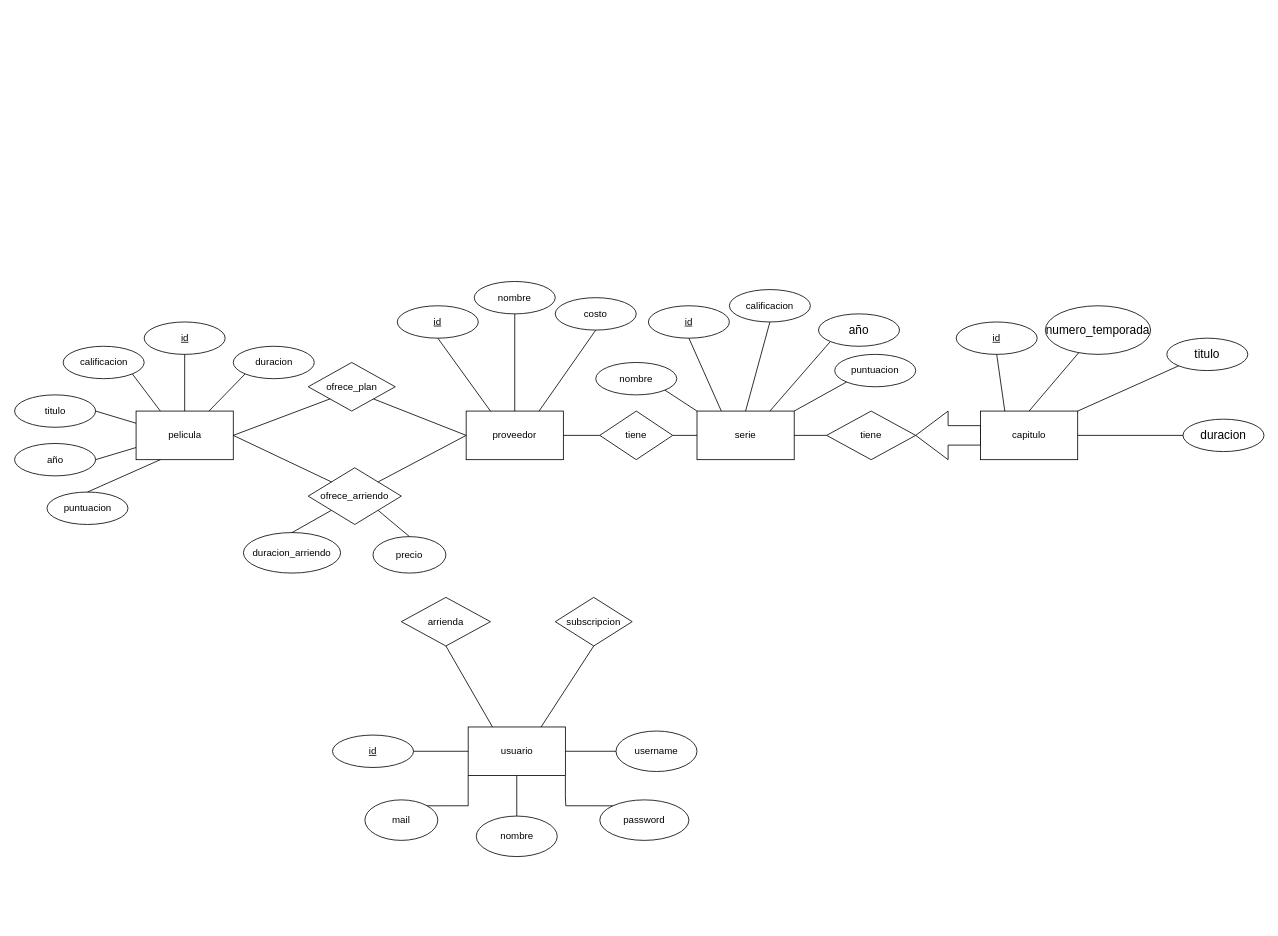
Above: Entrega_2/diagrama.drawio in Diegothx/bdd-125 (draw.io), before the change. Source tidied: cells renumbered, new cells numbered last; positions are measured from the earlier drawing's top-left corner, leaving out a move shared by most shapes. Both pictures are drawn from the tidied source at 81%, with x=0, y=0 at pixel (15, 281).
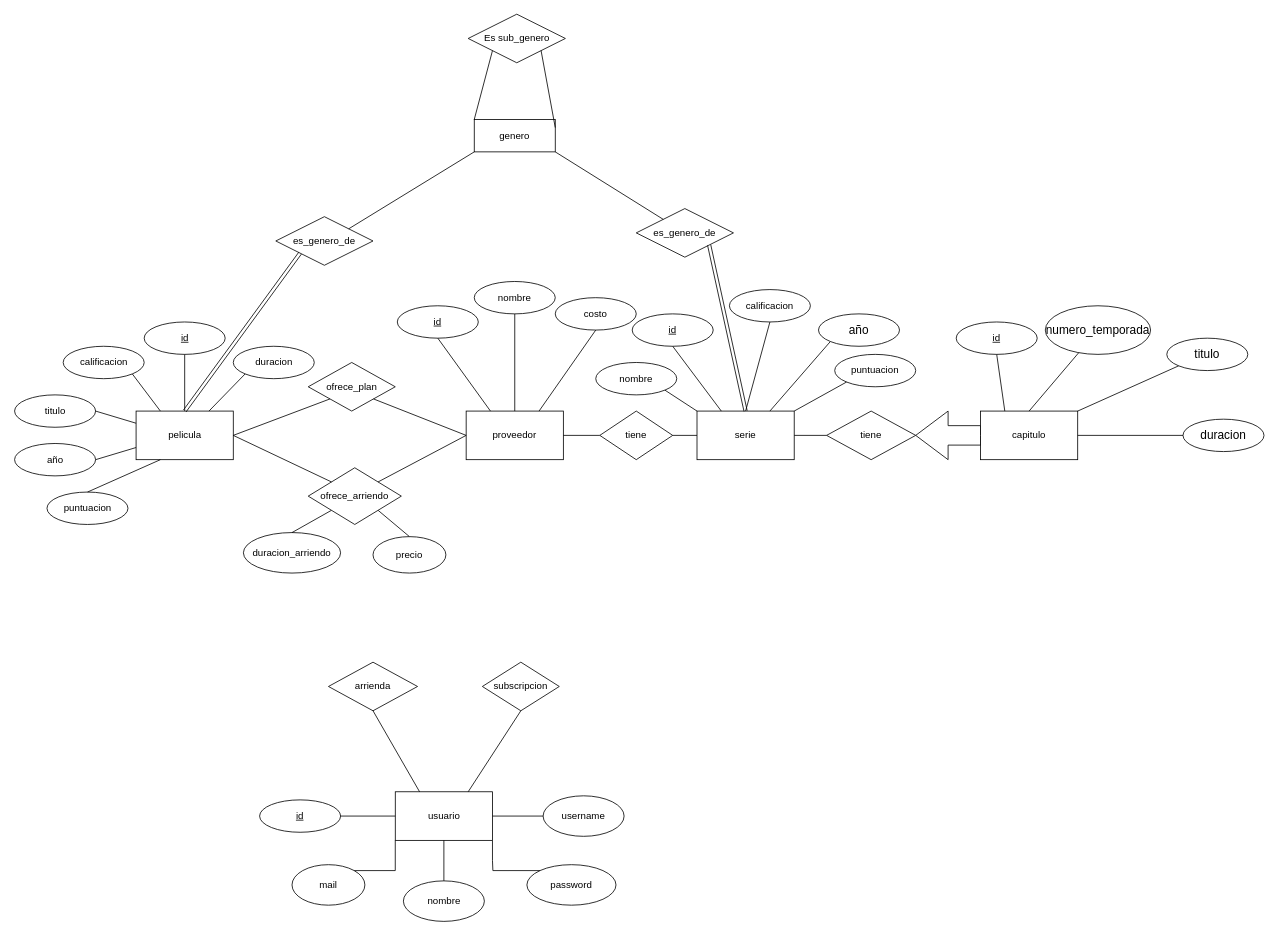
The same page after the edit.

The change refers to these unchanged cells:
```xml
<mxCell id="5" value="pelicula" style="rounded=0;whiteSpace=wrap;html=1;" parent="1" vertex="1">
  <mxGeometry x="149.5" y="160" width="120" height="60" as="geometry" />
</mxCell>
<mxCell id="11" value="serie" style="rounded=0;whiteSpace=wrap;html=1;" parent="1" vertex="1">
  <mxGeometry x="842" y="160" width="120" height="60" as="geometry" />
</mxCell>
```

What changed in the source:
```diff
@@
     <mxCell id="2" value="usuario" style="rounded=0;whiteSpace=wrap;html=1;" parent="1" vertex="1">
-      <mxGeometry x="559.5" y="550" width="120" height="60" as="geometry" />
+      <mxGeometry x="469.5" y="630" width="120" height="60" as="geometry" />
     </mxCell>
     <mxCell id="3" value="id" style="ellipse;whiteSpace=wrap;html=1;align=center;fontStyle=4;" parent="1" vertex="1">
-      <mxGeometry x="392" y="560" width="100" height="40" as="geometry" />
+      <mxGeometry x="302" y="640" width="100" height="40" as="geometry" />
     </mxCell>
@@
     <mxCell id="12" value="id" style="ellipse;whiteSpace=wrap;html=1;align=center;fontStyle=4;" parent="1" vertex="1">
-      <mxGeometry x="782" y="30" width="100" height="40" as="geometry" />
+      <mxGeometry x="762" y="40" width="100" height="40" as="geometry" />
     </mxCell>
@@
     <mxCell id="20" value="subscripcion" style="shape=rhombus;perimeter=rhombusPerimeter;whiteSpace=wrap;html=1;align=center;" parent="1" vertex="1">
-      <mxGeometry x="667" y="390" width="95" height="60" as="geometry" />
+      <mxGeometry x="577" y="470" width="95" height="60" as="geometry" />
     </mxCell>
@@
     <mxCell id="22" value="nombre" style="ellipse;whiteSpace=wrap;html=1;" parent="1" vertex="1">
-      <mxGeometry x="569.5" y="660" width="100" height="50" as="geometry" />
+      <mxGeometry x="479.5" y="740" width="100" height="50" as="geometry" />
     </mxCell>
     <mxCell id="23" value="mail" style="ellipse;whiteSpace=wrap;html=1;" parent="1" vertex="1">
-      <mxGeometry x="432" y="640" width="90" height="50" as="geometry" />
+      <mxGeometry x="342" y="720" width="90" height="50" as="geometry" />
     </mxCell>
     <mxCell id="24" value="password" style="ellipse;whiteSpace=wrap;html=1;" parent="1" vertex="1">
-      <mxGeometry x="722" y="640" width="110" height="50" as="geometry" />
+      <mxGeometry x="632" y="720" width="110" height="50" as="geometry" />
     </mxCell>
     <mxCell id="25" value="username" style="ellipse;whiteSpace=wrap;html=1;" parent="1" vertex="1">
-      <mxGeometry x="742" y="555" width="100" height="50" as="geometry" />
+      <mxGeometry x="652" y="635" width="100" height="50" as="geometry" />
     </mxCell>
@@
     <mxCell id="29" style="endArrow=none;html=1;rounded=0;edgeStyle=orthogonalEdgeStyle;exitX=1;exitY=1;exitDx=0;exitDy=0;entryX=0;entryY=0;entryDx=0;entryDy=0;" parent="1" edge="1" source="2" target="24">
       <mxGeometry relative="1" as="geometry">
         <Array as="points">
-          <mxPoint x="680" y="635" />
-          <mxPoint x="680" y="667" />
+          <mxPoint x="590" y="715" />
+          <mxPoint x="590" y="747" />
         </Array>
       </mxGeometry>
     </mxCell>
@@
     <mxCell id="57" value="arrienda" style="rhombus;whiteSpace=wrap;html=1;" parent="1" vertex="1">
-      <mxGeometry x="477" y="390" width="110" height="60" as="geometry" />
+      <mxGeometry x="387" y="470" width="110" height="60" as="geometry" />
     </mxCell>
@@
+    <mxCell id="74" value="genero" style="whiteSpace=wrap;html=1;align=center;" parent="1" vertex="1">
+      <mxGeometry x="567" y="-200" width="100" height="40" as="geometry" />
+    </mxCell>
+    <mxCell id="75" value="Es sub_genero" style="shape=rhombus;perimeter=rhombusPerimeter;whiteSpace=wrap;html=1;align=center;" parent="1" vertex="1">
+      <mxGeometry x="559.5" y="-330" width="120" height="60" as="geometry" />
+    </mxCell>
+    <mxCell id="76" style="endArrow=none;html=1;rounded=0;entryX=0;entryY=0;entryDx=0;entryDy=0;exitX=0;exitY=1;exitDx=0;exitDy=0;" parent="1" edge="1" source="75" target="74">
+      <mxGeometry relative="1" as="geometry" />
+    </mxCell>
+    <mxCell id="77" style="endArrow=none;html=1;rounded=0;exitX=1;exitY=1;exitDx=0;exitDy=0;entryX=1;entryY=0.25;entryDx=0;entryDy=0;" parent="1" edge="1" source="75" target="74">
+      <mxGeometry relative="1" as="geometry" />
+    </mxCell>
+    <mxCell id="78" value="es_genero_de" style="shape=rhombus;perimeter=rhombusPerimeter;whiteSpace=wrap;html=1;align=center;" parent="1" vertex="1">
+      <mxGeometry x="322" y="-80" width="120" height="60" as="geometry" />
+    </mxCell>
+    <mxCell id="79" value="es_genero_de" style="shape=rhombus;perimeter=rhombusPerimeter;whiteSpace=wrap;html=1;align=center;" parent="1" vertex="1">
+      <mxGeometry x="767" y="-90" width="120" height="60" as="geometry" />
+    </mxCell>
+    <mxCell id="80" style="endArrow=none;html=1;rounded=0;exitX=1;exitY=0;exitDx=0;exitDy=0;entryX=0;entryY=1;entryDx=0;entryDy=0;" parent="1" edge="1" source="78" target="74">
+      <mxGeometry relative="1" as="geometry" />
+    </mxCell>
+    <mxCell id="81" style="endArrow=none;html=1;rounded=0;entryX=1;entryY=1;entryDx=0;entryDy=0;" parent="1" edge="1" source="79" target="74">
+      <mxGeometry relative="1" as="geometry" />
+    </mxCell>
+    <mxCell id="82" style="endArrow=none;html=1;rounded=0;entryX=1;entryY=1;entryDx=0;entryDy=0;exitX=0.5;exitY=0;exitDx=0;exitDy=0;shape=link;" parent="1" edge="1" source="11" target="79">
+      <mxGeometry relative="1" as="geometry" />
+    </mxCell>
+    <mxCell id="83" style="endArrow=none;html=1;rounded=0;entryX=0;entryY=1;entryDx=0;entryDy=0;exitX=0.5;exitY=0;exitDx=0;exitDy=0;shape=link;" parent="1" edge="1" source="5" target="78">
+      <mxGeometry relative="1" as="geometry" />
+    </mxCell>
```
